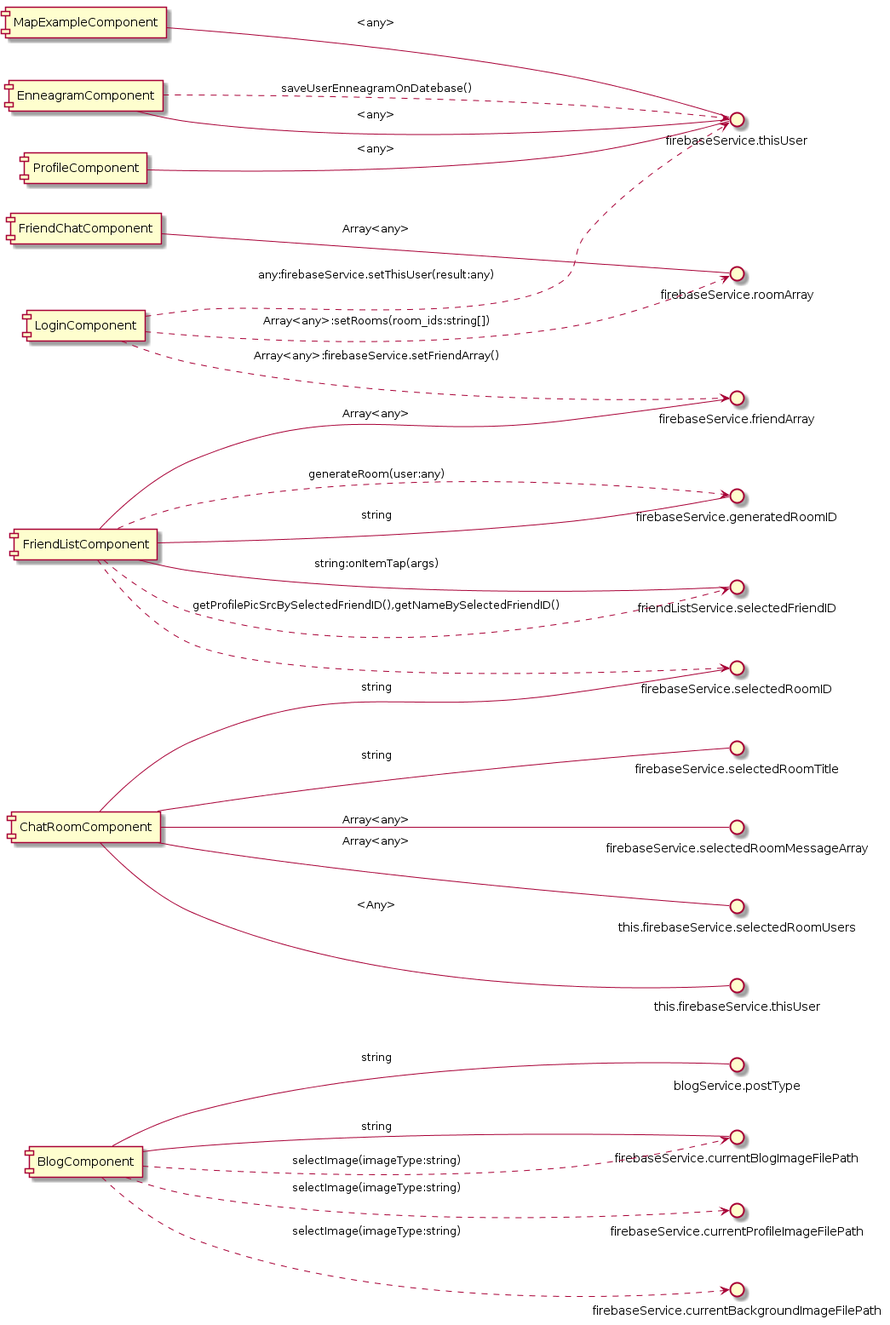
Above: ChatService/uml.png in sansoohan/Enneagram (PlantUML), before the change.
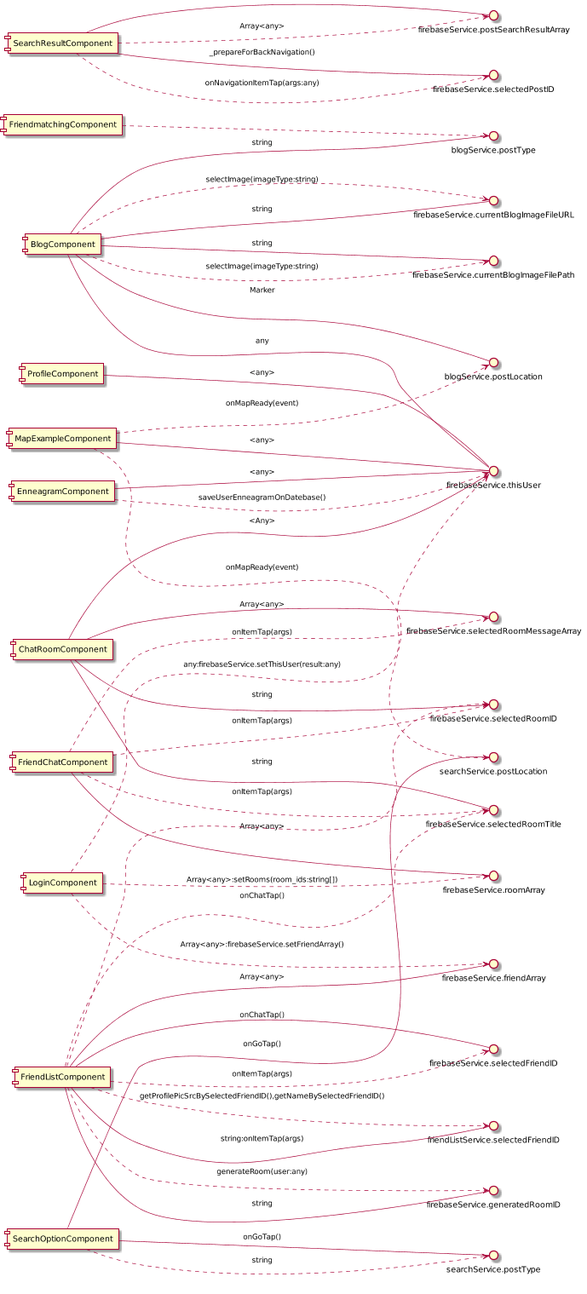
After the commit.

Change to the diagram source:
```diff
@@ -1,15 +1,16 @@
 @startuml
 left to right direction
+scale 2/3
 
 [BlogComponent] -- blogService.postType:string
+[BlogComponent] -- blogService.postLocation:Marker
 [BlogComponent] -- firebaseService.currentBlogImageFilePath:string
+[BlogComponent] -- firebaseService.currentBlogImageFileURL:string
+[BlogComponent] -- firebaseService.thisUser:any
+
 
 [BlogComponent] ..> firebaseService.currentBlogImageFilePath:selectImage(imageType:string)
-[BlogComponent] ..> firebaseService.currentProfileImageFilePath:selectImage(imageType:string)
-[BlogComponent] ..> firebaseService.currentBackgroundImageFilePath:selectImage(imageType:string)
-
-
-
+[BlogComponent] ..> firebaseService.currentBlogImageFileURL:selectImage(imageType:string)
 
 [EnneagramComponent] -- firebaseService.thisUser:<any>
 
@@ -18,24 +19,27 @@
 
 
 [FriendChatComponent] -- firebaseService.roomArray:Array<any>
-
+[FriendChatComponent] ..> firebaseService.selectedRoomID:onItemTap(args)
+[FriendChatComponent] ..> firebaseService.selectedRoomTitle:onItemTap(args)
+[FriendChatComponent] ..> firebaseService.selectedRoomMessageArray:onItemTap(args)
 
 
 [ChatRoomComponent] -- firebaseService.selectedRoomTitle:string
 [ChatRoomComponent] -- firebaseService.selectedRoomMessageArray:Array<any>
-[ChatRoomComponent] -- this.firebaseService.selectedRoomUsers:Array<any>
 [ChatRoomComponent] -- firebaseService.selectedRoomID:string
-[ChatRoomComponent] -- this.firebaseService.thisUser:<Any>
+[ChatRoomComponent] -- firebaseService.thisUser:<Any>
 
 
 [FriendListComponent] -- friendListService.selectedFriendID:string:onItemTap(args)
 [FriendListComponent] -- firebaseService.friendArray:Array<any>
 [FriendListComponent] -- firebaseService.generatedRoomID:string
+[FriendListComponent] -- firebaseService.selectedFriendID:onChatTap()
 
+[FriendListComponent] ..> firebaseService.selectedFriendID:onItemTap(args)
 [FriendListComponent] ..> friendListService.selectedFriendID:getProfilePicSrcBySelectedFriendID(),getNameBySelectedFriendID()
 [FriendListComponent] ..> firebaseService.selectedRoomID
 [FriendListComponent] ..> firebaseService.generatedRoomID:generateRoom(user:any)
-
+[FriendListComponent] ..> firebaseService.selectedRoomTitle:onChatTap()
 
 [ProfileComponent] -- firebaseService.thisUser:<any>
 
@@ -44,5 +48,26 @@
 [LoginComponent] ..> firebaseService.friendArray:Array<any>:firebaseService.setFriendArray()
 [LoginComponent] ..> firebaseService.roomArray:Array<any>:setRooms(room_ids:string[])
 
+
+
 [MapExampleComponent] -- firebaseService.thisUser:<any>
+[MapExampleComponent] ..> blogService.postLocation:onMapReady(event)
+[MapExampleComponent] ..> searchService.postLocation:onMapReady(event)
+
+
+[FriendmatchingComponent] ..> blogService.postType
+
+
+[SearchOptionComponent] -- searchService.postType:onGoTap()
+[SearchOptionComponent] -- searchService.postLocation:onGoTap()
+
+[SearchOptionComponent] ..> searchService.postType:string
+
+
+
+[SearchResultComponent] -- firebaseService.postSearchResultArray
+[SearchResultComponent] -- firebaseService.selectedPostID:_prepareForBackNavigation()
+
+[SearchResultComponent] ..> firebaseService.postSearchResultArray:Array<any>
+[SearchResultComponent] ..> firebaseService.selectedPostID:onNavigationItemTap(args:any)
 @enduml
```
